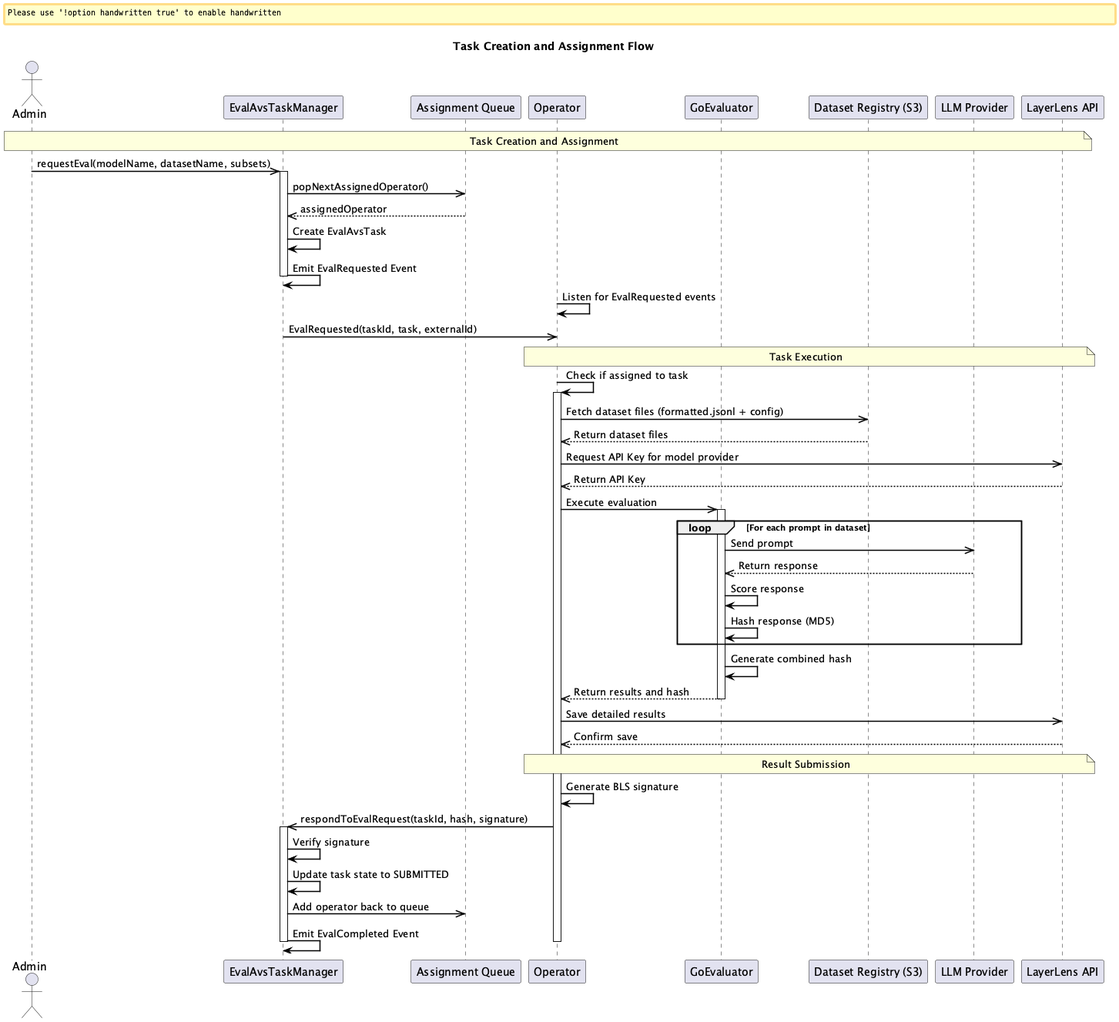
Above: plantuml-diagrams/avs-task-flow.png in k-g-j/ll-sequence-diagrams (PlantUML), before the change.
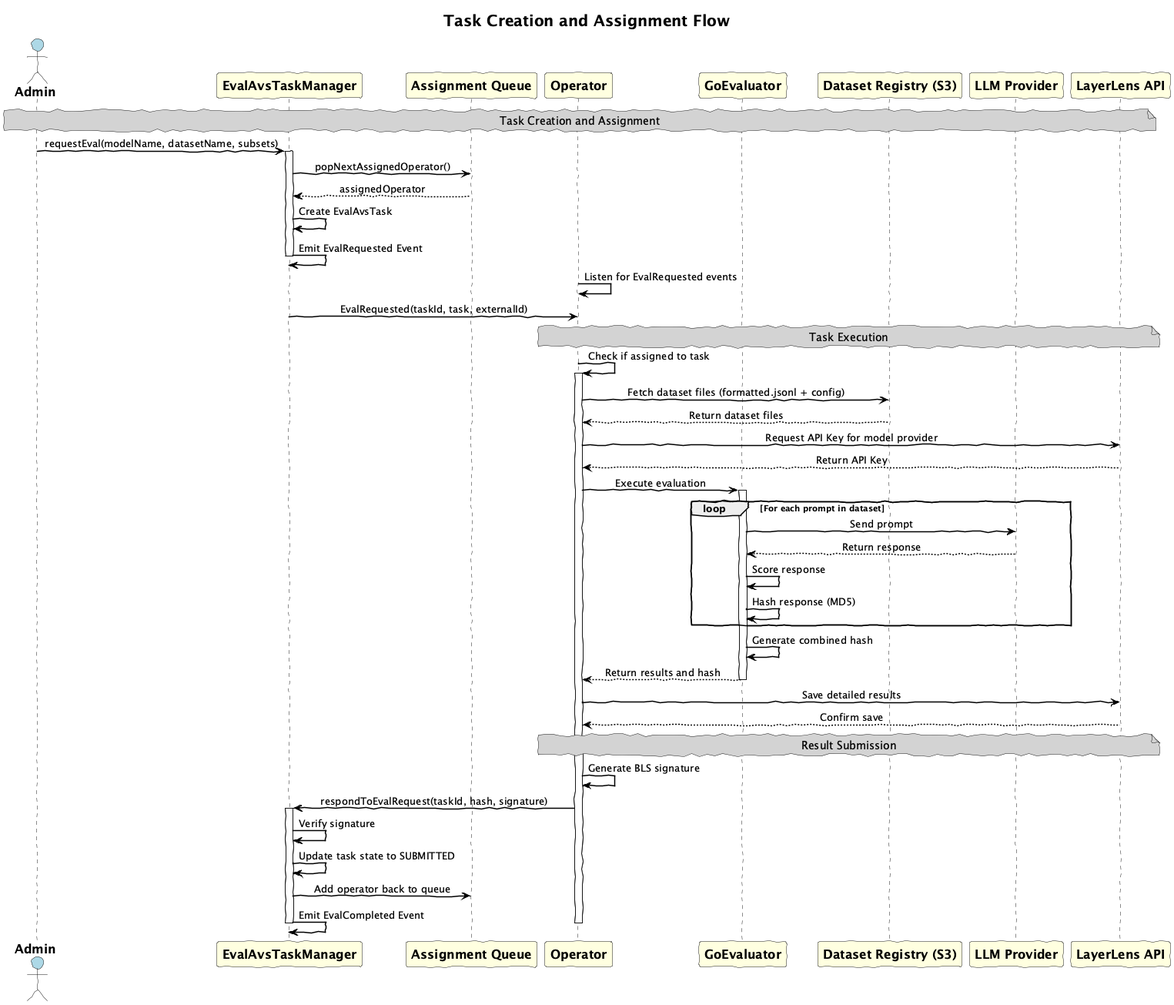
The same file after the commit.

Change to the diagram source:
```diff
@@ -1,10 +1,25 @@
 @startuml
-skinparam sequenceMessageAlign center
+!option handwritten true
+
 skinparam backgroundColor white
-skinparam handwritten false
+skinparam defaultTextAlignment center
+
 skinparam ArrowColor black
+skinparam ArrowThickness 1.5
 skinparam SequenceArrowThickness 1.5
-skinparam SequenceMessageAlignment left
+
+skinparam ParticipantFontSize 16
+skinparam ParticipantFontStyle bold
+skinparam ActorFontSize 16
+skinparam ActorFontStyle bold
+skinparam NoteFontSize 14
+skinparam TitleFontSize 20
+skinparam TitleFontStyle bold
+
+skinparam ActorBackgroundColor lightblue
+skinparam ParticipantBackgroundColor lightyellow
+skinparam NoteBackgroundColor lightgray
+skinparam DatabaseBackgroundColor lightgreen
 
 title Task Creation and Assignment Flow
 
@@ -19,49 +34,49 @@
 
 note over Admin, API: Task Creation and Assignment
 
-Admin ->> TaskManager: requestEval(modelName, datasetName, subsets)
+Admin -> TaskManager: requestEval(modelName, datasetName, subsets)
 activate TaskManager
-TaskManager ->> Queue: popNextAssignedOperator()
-Queue -->> TaskManager: assignedOperator
+TaskManager -> Queue: popNextAssignedOperator()
+Queue --> TaskManager: assignedOperator
 TaskManager -> TaskManager: Create EvalAvsTask
 TaskManager -> TaskManager: Emit EvalRequested Event
 deactivate TaskManager
 
 Operator -> Operator: Listen for EvalRequested events
-TaskManager ->> Operator: EvalRequested(taskId, task, externalId)
+TaskManager -> Operator: EvalRequested(taskId, task, externalId)
 
 note over Operator, API: Task Execution
 
 Operator -> Operator: Check if assigned to task
 activate Operator
-Operator ->> S3: Fetch dataset files (formatted.jsonl + config)
-S3 -->> Operator: Return dataset files
-Operator ->> API: Request API Key for model provider
-API -->> Operator: Return API Key
-Operator ->> GoEvaluator: Execute evaluation
+Operator -> S3: Fetch dataset files (formatted.jsonl + config)
+S3 --> Operator: Return dataset files
+Operator -> API: Request API Key for model provider
+API --> Operator: Return API Key
+Operator -> GoEvaluator: Execute evaluation
 
 activate GoEvaluator
 loop For each prompt in dataset
-    GoEvaluator ->> LLM: Send prompt
-    LLM -->> GoEvaluator: Return response
+    GoEvaluator -> LLM: Send prompt
+    LLM --> GoEvaluator: Return response
     GoEvaluator -> GoEvaluator: Score response
     GoEvaluator -> GoEvaluator: Hash response (MD5)
 end
 GoEvaluator -> GoEvaluator: Generate combined hash
-GoEvaluator -->> Operator: Return results and hash
+GoEvaluator --> Operator: Return results and hash
 deactivate GoEvaluator
 
-Operator ->> API: Save detailed results
-API -->> Operator: Confirm save
+Operator -> API: Save detailed results
+API --> Operator: Confirm save
 
 note over Operator, API: Result Submission
 
 Operator -> Operator: Generate BLS signature
-Operator ->> TaskManager: respondToEvalRequest(taskId, hash, signature)
+Operator -> TaskManager: respondToEvalRequest(taskId, hash, signature)
 activate TaskManager
 TaskManager -> TaskManager: Verify signature
 TaskManager -> TaskManager: Update task state to SUBMITTED
-TaskManager ->> Queue: Add operator back to queue
+TaskManager -> Queue: Add operator back to queue
 TaskManager -> TaskManager: Emit EvalCompleted Event
 deactivate TaskManager
 deactivate Operator
```
